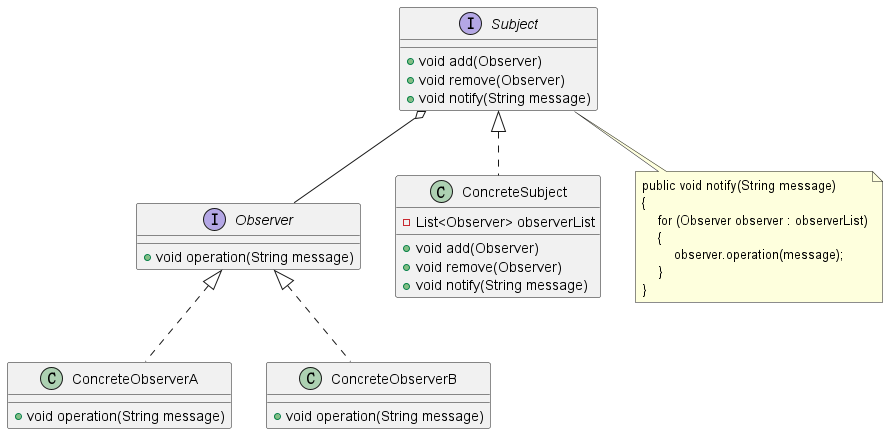
Above: spring-cloud-design-pattern/behavior-observer-pattern/src/main/resources/static/diagram.png in sunnyzhy/Design-pattern (PlantUML), before the change.
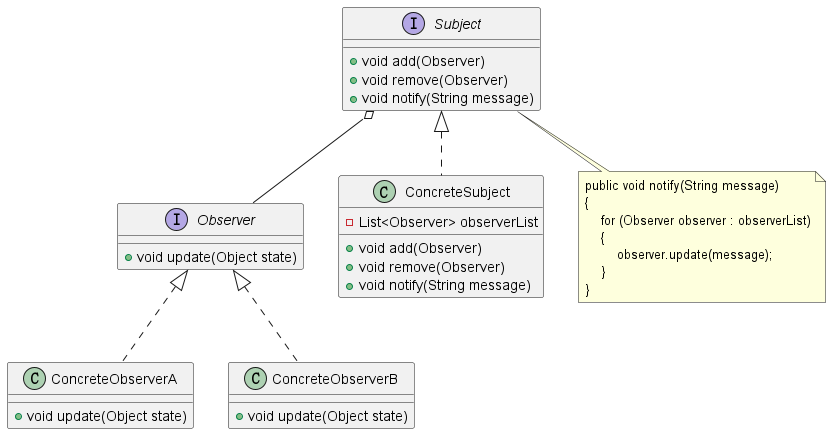
The same file after the commit.

Change to the diagram source:
```diff
@@ -3,15 +3,15 @@
 Subject o-- Observer
 
 interface Observer {
-  +void operation(String message)
+  +void update(Object state)
 }
 
 class ConcreteObserverA implements Observer {
-  +void operation(String message)
+  +void update(Object state)
 }
 
 class ConcreteObserverB implements Observer {
-  +void operation(String message)
+  +void update(Object state)
 }
 
 interface Subject {
@@ -33,7 +33,7 @@
     {
         for (Observer observer : observerList)
         {
-            observer.operation(message);
+            observer.update(message);
         }
     }
 end note
```
